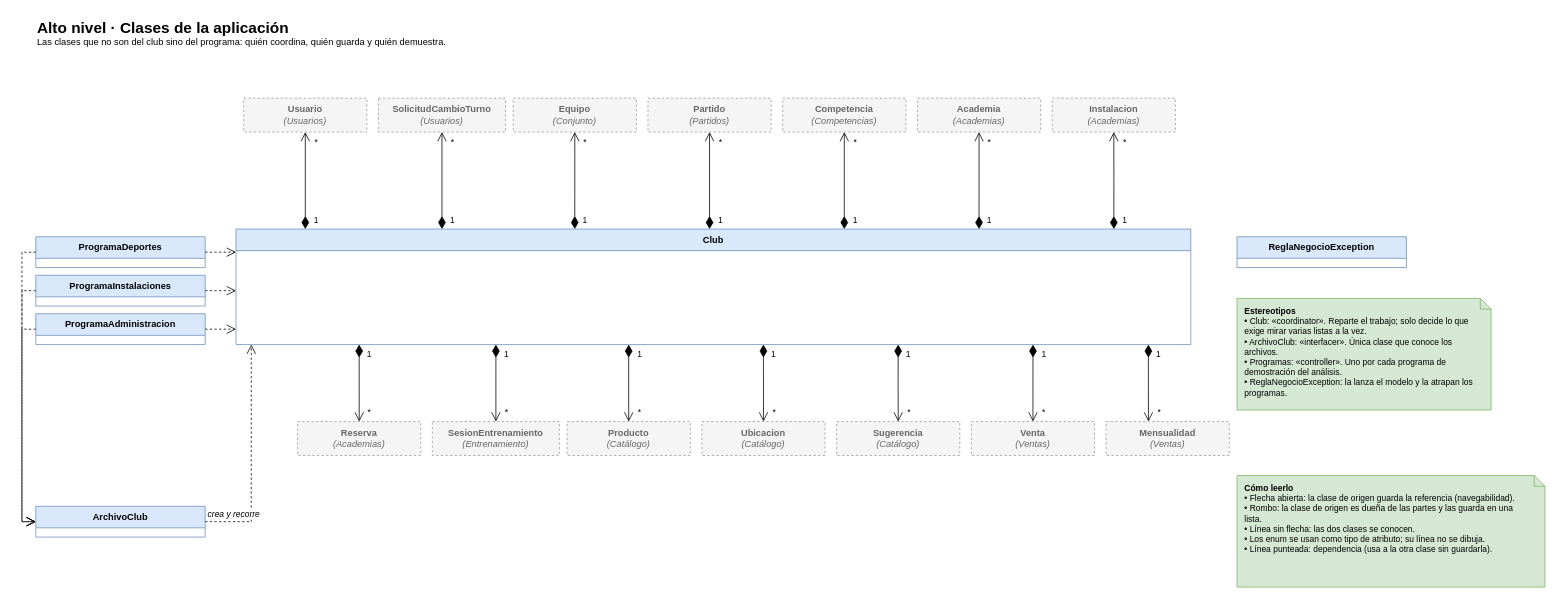
This is page "Alto nivel · 0. Aplicación" (3 of 11) of Entrega_2/recursos/DiagramasDiseno.drawio from NIK25PR/Proyecto-1, a draw.io file, before an edit. Source tidied: cells renumbered, new cells numbered last; positions are measured from the earlier drawing's top-left corner, leaving out a move shared by most shapes. Both pictures are drawn from the tidied source at 77%, with x=0, y=0 at pixel (22, 13).
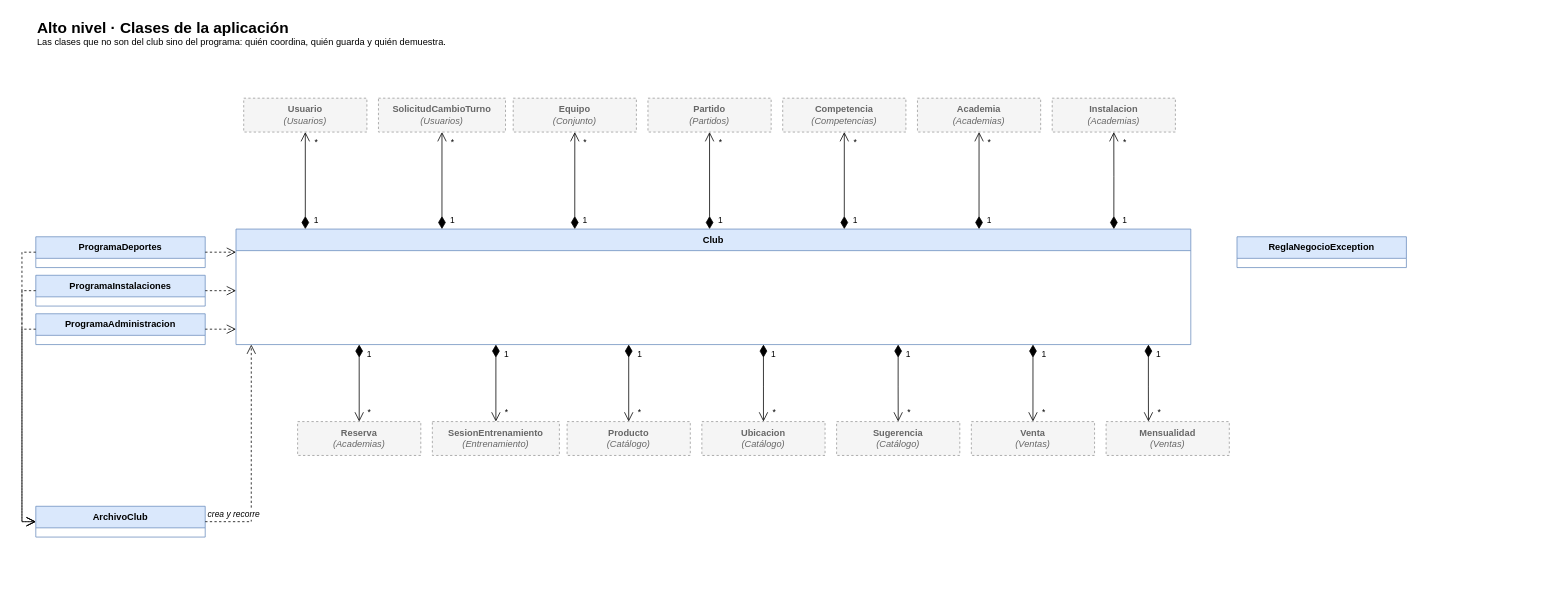
The same diagram, later.

Change to the diagram source:
```diff
@@
-    <mxCell id="73" value="&lt;b&gt;Estereotipos&lt;/b&gt;&lt;br&gt;• Club: «coordinator». Reparte el trabajo; solo decide lo que exige mirar varias listas a la vez.&lt;br&gt;• ArchivoClub: «interfacer». Única clase que conoce los archivos.&lt;br&gt;• Programas: «controller». Uno por cada programa de demostración del análisis.&lt;br&gt;• ReglaNegocioException: la lanza el modelo y la atrapan los programas." style="shape=note;whiteSpace=wrap;html=1;backgroundOutline=1;size=14;align=left;verticalAlign=top;spacingLeft=8;spacingTop=4;spacingRight=16;fontSize=11;fillColor=#d5e8d4;strokeColor=#82b366;" parent="1" vertex="1">
-      <mxGeometry x="1578" y="370" width="330" height="145" as="geometry" />
-    </mxCell>
-    <mxCell id="74" value="&lt;b&gt;Cómo leerlo&lt;/b&gt;&lt;br&gt;• Flecha abierta: la clase de origen guarda la referencia (navegabilidad).&lt;br&gt;• Rombo: la clase de origen es dueña de las partes y las guarda en una lista.&lt;br&gt;• Línea sin flecha: las dos clases se conocen.&lt;br&gt;• Los enum se usan como tipo de atributo; su línea no se dibuja.&lt;br&gt;• Línea punteada: dependencia (usa a la otra clase sin guardarla)." style="shape=note;whiteSpace=wrap;html=1;backgroundOutline=1;size=14;align=left;verticalAlign=top;spacingLeft=8;spacingTop=4;spacingRight=16;fontSize=11;fillColor=#d5e8d4;strokeColor=#82b366;" parent="1" vertex="1">
-      <mxGeometry x="1578" y="600" width="400" height="145" as="geometry" />
-    </mxCell>
```
